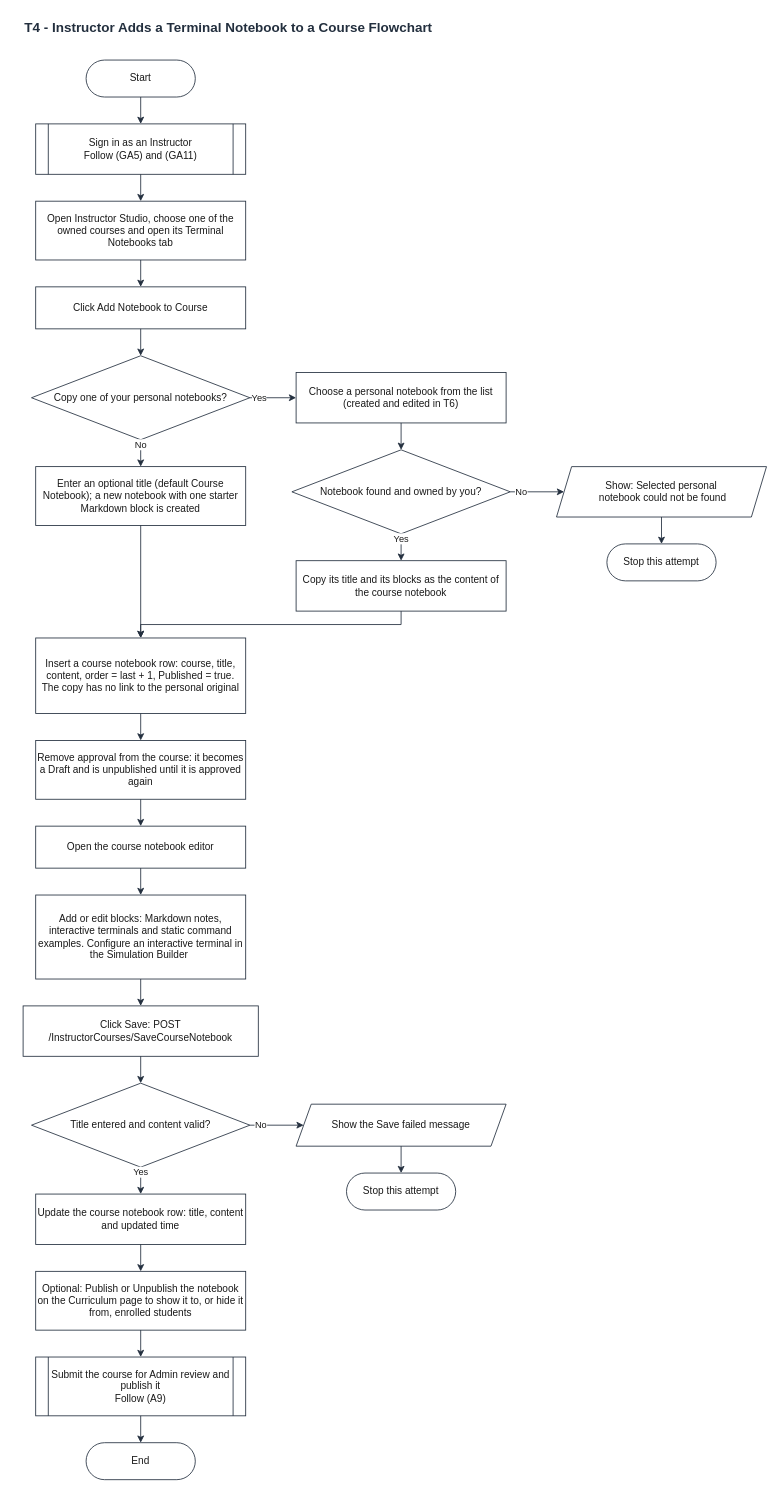
Above: UML DIAGRAMS/HackAcad_Terminal_Flowcharts/HackAcad_T4_Instructor_Add_Course_Notebook.drawio in pikaitoh/HackAcad.Web (draw.io), before the change. Source tidied: cells renumbered, new cells numbered last; positions are measured from the earlier drawing's top-left corner, leaving out a move shared by most shapes. Both pictures are drawn from the tidied source at 84%, with x=0, y=0 at pixel (23, 14).
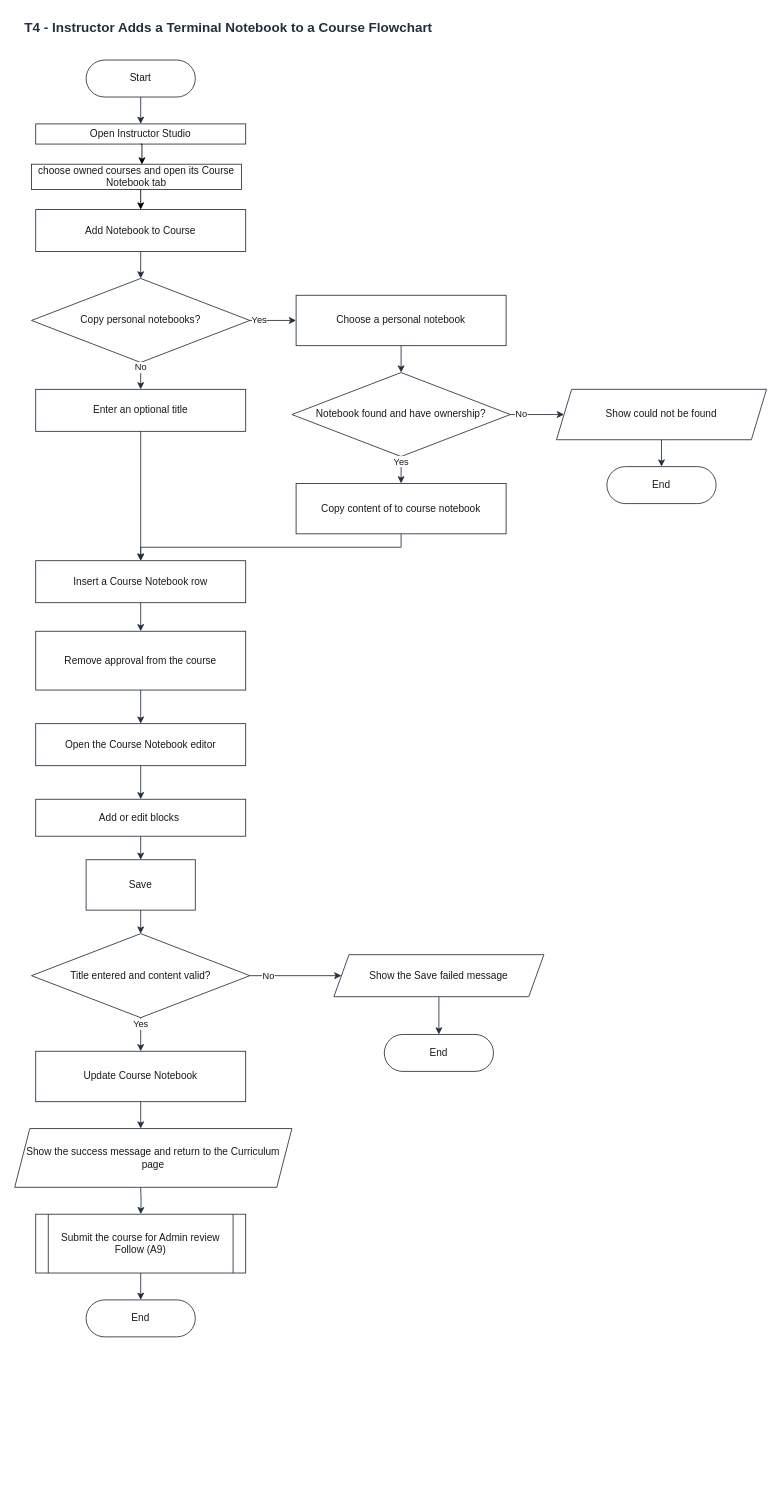
Above is the later version.

Commit message (it also covers changes not shown here):
simplified workflow for terminal module

The change refers to these unchanged cells:
```xml
<mxCell id="3" value="Start" style="rounded=1;arcSize=50;whiteSpace=wrap;html=1;fontFamily=Helvetica;fontSize=12;fontColor=#1A1A1A;strokeColor=#232F3E;fillColor=#FFFFFF;strokeWidth=1;" parent="1" vertex="1">
  <mxGeometry x="75" y="54" width="130" height="44" as="geometry" />
</mxCell>
```

What changed in the source:
```diff
@@
-    <mxCell id="4" value="Sign in as an Instructor&lt;br&gt;Follow (GA5) and (GA11)" style="shape=process;backgroundOutline=1;size=0.06;whiteSpace=wrap;html=1;fontFamily=Helvetica;fontSize=12;fontColor=#1A1A1A;strokeColor=#232F3E;fillColor=#FFFFFF;strokeWidth=1;" parent="1" vertex="1">
-      <mxGeometry x="15" y="130" width="250" height="60" as="geometry" />
-    </mxCell>
-    <mxCell id="5" value="Open Instructor Studio, choose one of the owned courses and open its Terminal Notebooks tab" style="rounded=0;whiteSpace=wrap;html=1;fontFamily=Helvetica;fontSize=12;fontColor=#1A1A1A;strokeColor=#232F3E;fillColor=#FFFFFF;strokeWidth=1;" parent="1" vertex="1">
-      <mxGeometry x="15" y="222" width="250" height="70" as="geometry" />
+    <mxCell id="5" value="Open Instructor Studio" style="rounded=0;whiteSpace=wrap;html=1;fontFamily=Helvetica;fontSize=12;fontColor=#1A1A1A;strokeColor=#232F3E;fillColor=#FFFFFF;strokeWidth=1;" parent="1" vertex="1">
+      <mxGeometry x="15" y="130" width="250" height="24" as="geometry" />
     </mxCell>
-    <mxCell id="6" value="Click Add Notebook to Course" style="rounded=0;whiteSpace=wrap;html=1;fontFamily=Helvetica;fontSize=12;fontColor=#1A1A1A;strokeColor=#232F3E;fillColor=#FFFFFF;strokeWidth=1;" parent="1" vertex="1">
-      <mxGeometry x="15" y="324" width="250" height="50" as="geometry" />
+    <mxCell id="6" value="Add Notebook to Course" style="rounded=0;whiteSpace=wrap;html=1;fontFamily=Helvetica;fontSize=12;fontColor=#1A1A1A;strokeColor=#232F3E;fillColor=#FFFFFF;strokeWidth=1;" parent="1" vertex="1">
+      <mxGeometry x="15" y="232" width="250" height="50" as="geometry" />
     </mxCell>
-    <mxCell id="7" value="Copy one of your personal notebooks?" style="rhombus;whiteSpace=wrap;html=1;fontFamily=Helvetica;fontSize=12;fontColor=#1A1A1A;strokeColor=#232F3E;fillColor=#FFFFFF;strokeWidth=1;" parent="1" vertex="1">
-      <mxGeometry x="10" y="406" width="260" height="100" as="geometry" />
+    <mxCell id="7" value="Copy personal notebooks?" style="rhombus;whiteSpace=wrap;html=1;fontFamily=Helvetica;fontSize=12;fontColor=#1A1A1A;strokeColor=#232F3E;fillColor=#FFFFFF;strokeWidth=1;" parent="1" vertex="1">
+      <mxGeometry x="10" y="314" width="260" height="100" as="geometry" />
     </mxCell>
-    <mxCell id="8" value="Choose a personal notebook from the list (created and edited in T6)" style="rounded=0;whiteSpace=wrap;html=1;fontFamily=Helvetica;fontSize=12;fontColor=#1A1A1A;strokeColor=#232F3E;fillColor=#FFFFFF;strokeWidth=1;" parent="1" vertex="1">
-      <mxGeometry x="325" y="426" width="250" height="60" as="geometry" />
+    <mxCell id="8" value="Choose a personal notebook" style="rounded=0;whiteSpace=wrap;html=1;fontFamily=Helvetica;fontSize=12;fontColor=#1A1A1A;strokeColor=#232F3E;fillColor=#FFFFFF;strokeWidth=1;" parent="1" vertex="1">
+      <mxGeometry x="325" y="334" width="250" height="60" as="geometry" />
     </mxCell>
-    <mxCell id="9" value="Notebook found and owned by you?" style="rhombus;whiteSpace=wrap;html=1;fontFamily=Helvetica;fontSize=12;fontColor=#1A1A1A;strokeColor=#232F3E;fillColor=#FFFFFF;strokeWidth=1;" parent="1" vertex="1">
-      <mxGeometry x="320" y="518" width="260" height="100" as="geometry" />
+    <mxCell id="9" value="Notebook found and have ownership?" style="rhombus;whiteSpace=wrap;html=1;fontFamily=Helvetica;fontSize=12;fontColor=#1A1A1A;strokeColor=#232F3E;fillColor=#FFFFFF;strokeWidth=1;" parent="1" vertex="1">
+      <mxGeometry x="320" y="426" width="260" height="100" as="geometry" />
     </mxCell>
-    <mxCell id="10" value="&lt;div&gt;Show: Selected personal&lt;/div&gt;&lt;div&gt;&amp;nbsp;notebook could not be found&lt;/div&gt;" style="shape=parallelogram;perimeter=parallelogramPerimeter;fixedSize=1;size=18;whiteSpace=wrap;html=1;fontFamily=Helvetica;fontSize=12;fontColor=#1A1A1A;strokeColor=#232F3E;fillColor=#FFFFFF;strokeWidth=1;" parent="1" vertex="1">
-      <mxGeometry x="635" y="538" width="250" height="60" as="geometry" />
+    <mxCell id="10" value="&lt;div&gt;Show could not be found&lt;/div&gt;" style="shape=parallelogram;perimeter=parallelogramPerimeter;fixedSize=1;size=18;whiteSpace=wrap;html=1;fontFamily=Helvetica;fontSize=12;fontColor=#1A1A1A;strokeColor=#232F3E;fillColor=#FFFFFF;strokeWidth=1;" parent="1" vertex="1">
+      <mxGeometry x="635" y="446" width="250" height="60" as="geometry" />
     </mxCell>
-    <mxCell id="11" value="Stop this attempt" style="rounded=1;arcSize=50;whiteSpace=wrap;html=1;fontFamily=Helvetica;fontSize=12;fontColor=#1A1A1A;strokeColor=#232F3E;fillColor=#FFFFFF;strokeWidth=1;" parent="1" vertex="1">
-      <mxGeometry x="695" y="630" width="130" height="44" as="geometry" />
+    <mxCell id="11" value="End" style="rounded=1;arcSize=50;whiteSpace=wrap;html=1;fontFamily=Helvetica;fontSize=12;fontColor=#1A1A1A;strokeColor=#232F3E;fillColor=#FFFFFF;strokeWidth=1;" parent="1" vertex="1">
+      <mxGeometry x="695" y="538" width="130" height="44" as="geometry" />
     </mxCell>
-    <mxCell id="12" value="Copy its title and its blocks as the content of the course notebook" style="rounded=0;whiteSpace=wrap;html=1;fontFamily=Helvetica;fontSize=12;fontColor=#1A1A1A;strokeColor=#232F3E;fillColor=#FFFFFF;strokeWidth=1;" parent="1" vertex="1">
-      <mxGeometry x="325" y="650" width="250" height="60" as="geometry" />
+    <mxCell id="12" value="Copy content of to course notebook" style="rounded=0;whiteSpace=wrap;html=1;fontFamily=Helvetica;fontSize=12;fontColor=#1A1A1A;strokeColor=#232F3E;fillColor=#FFFFFF;strokeWidth=1;" parent="1" vertex="1">
+      <mxGeometry x="325" y="558" width="250" height="60" as="geometry" />
     </mxCell>
-    <mxCell id="13" value="Enter an optional title (default Course Notebook); a new notebook with one starter Markdown block is created" style="rounded=0;whiteSpace=wrap;html=1;fontFamily=Helvetica;fontSize=12;fontColor=#1A1A1A;strokeColor=#232F3E;fillColor=#FFFFFF;strokeWidth=1;" parent="1" vertex="1">
-      <mxGeometry x="15" y="538" width="250" height="70" as="geometry" />
+    <mxCell id="13" value="Enter an optional title" style="rounded=0;whiteSpace=wrap;html=1;fontFamily=Helvetica;fontSize=12;fontColor=#1A1A1A;strokeColor=#232F3E;fillColor=#FFFFFF;strokeWidth=1;" parent="1" vertex="1">
+      <mxGeometry x="15" y="446" width="250" height="50" as="geometry" />
     </mxCell>
-    <mxCell id="14" value="&lt;div&gt;Insert a course notebook row: course, title, content, order = last + 1, Published = true.&lt;/div&gt;&lt;div&gt;The copy has no link to the personal original&lt;/div&gt;" style="rounded=0;whiteSpace=wrap;html=1;fontFamily=Helvetica;fontSize=12;fontColor=#1A1A1A;strokeColor=#232F3E;fillColor=#FFFFFF;strokeWidth=1;" parent="1" vertex="1">
-      <mxGeometry x="15" y="742" width="250" height="90" as="geometry" />
+    <mxCell id="14" value="&lt;div&gt;Insert a Course Notebook row&lt;/div&gt;" style="rounded=0;whiteSpace=wrap;html=1;fontFamily=Helvetica;fontSize=12;fontColor=#1A1A1A;strokeColor=#232F3E;fillColor=#FFFFFF;strokeWidth=1;" parent="1" vertex="1">
+      <mxGeometry x="15" y="650" width="250" height="50" as="geometry" />
     </mxCell>
-    <mxCell id="15" value="Remove approval from the course: it becomes a Draft and is unpublished until it is approved again" style="rounded=0;whiteSpace=wrap;html=1;fontFamily=Helvetica;fontSize=12;fontColor=#1A1A1A;strokeColor=#232F3E;fillColor=#FFFFFF;strokeWidth=1;" parent="1" vertex="1">
-      <mxGeometry x="15" y="864" width="250" height="70" as="geometry" />
+    <mxCell id="15" value="Remove approval from the course" style="rounded=0;whiteSpace=wrap;html=1;fontFamily=Helvetica;fontSize=12;fontColor=#1A1A1A;strokeColor=#232F3E;fillColor=#FFFFFF;strokeWidth=1;" parent="1" vertex="1">
+      <mxGeometry x="15" y="734" width="250" height="70" as="geometry" />
     </mxCell>
-    <mxCell id="16" value="Open the course notebook editor" style="rounded=0;whiteSpace=wrap;html=1;fontFamily=Helvetica;fontSize=12;fontColor=#1A1A1A;strokeColor=#232F3E;fillColor=#FFFFFF;strokeWidth=1;" parent="1" vertex="1">
-      <mxGeometry x="15" y="966" width="250" height="50" as="geometry" />
+    <mxCell id="16" value="Open the Course Notebook editor" style="rounded=0;whiteSpace=wrap;html=1;fontFamily=Helvetica;fontSize=12;fontColor=#1A1A1A;strokeColor=#232F3E;fillColor=#FFFFFF;strokeWidth=1;" parent="1" vertex="1">
+      <mxGeometry x="15" y="844" width="250" height="50" as="geometry" />
     </mxCell>
-    <mxCell id="17" value="Add or edit blocks: Markdown notes, interactive terminals and static command examples. Configure an interactive terminal in the Simulation Builder&amp;nbsp;" style="rounded=0;whiteSpace=wrap;html=1;fontFamily=Helvetica;fontSize=12;fontColor=#1A1A1A;strokeColor=#232F3E;fillColor=#FFFFFF;strokeWidth=1;" parent="1" vertex="1">
-      <mxGeometry x="15" y="1048" width="250" height="100" as="geometry" />
+    <mxCell id="17" value="Add or edit blocks&amp;nbsp;" style="rounded=0;whiteSpace=wrap;html=1;fontFamily=Helvetica;fontSize=12;fontColor=#1A1A1A;strokeColor=#232F3E;fillColor=#FFFFFF;strokeWidth=1;" parent="1" vertex="1">
+      <mxGeometry x="15" y="934" width="250" height="44" as="geometry" />
     </mxCell>
-    <mxCell id="18" value="Click Save: POST /InstructorCourses/SaveCourseNotebook" style="rounded=0;whiteSpace=wrap;html=1;fontFamily=Helvetica;fontSize=12;fontColor=#1A1A1A;strokeColor=#232F3E;fillColor=#FFFFFF;strokeWidth=1;" parent="1" vertex="1">
-      <mxGeometry y="1180" width="280" height="60" as="geometry" />
+    <mxCell id="18" value="Save" style="rounded=0;whiteSpace=wrap;html=1;fontFamily=Helvetica;fontSize=12;fontColor=#1A1A1A;strokeColor=#232F3E;fillColor=#FFFFFF;strokeWidth=1;" parent="1" vertex="1">
+      <mxGeometry x="75" y="1006" width="130" height="60" as="geometry" />
     </mxCell>
     <mxCell id="19" value="Title entered and content valid?" style="rhombus;whiteSpace=wrap;html=1;fontFamily=Helvetica;fontSize=12;fontColor=#1A1A1A;strokeColor=#232F3E;fillColor=#FFFFFF;strokeWidth=1;" parent="1" vertex="1">
-      <mxGeometry x="10" y="1272" width="260" height="100" as="geometry" />
+      <mxGeometry x="10" y="1094" width="260" height="100" as="geometry" />
     </mxCell>
     <mxCell id="20" value="Show the Save failed message" style="shape=parallelogram;perimeter=parallelogramPerimeter;fixedSize=1;size=18;whiteSpace=wrap;html=1;fontFamily=Helvetica;fontSize=12;fontColor=#1A1A1A;strokeColor=#232F3E;fillColor=#FFFFFF;strokeWidth=1;" parent="1" vertex="1">
-      <mxGeometry x="325" y="1297" width="250" height="50" as="geometry" />
+      <mxGeometry x="370" y="1119" width="250" height="50" as="geometry" />
     </mxCell>
-    <mxCell id="21" value="Stop this attempt" style="rounded=1;arcSize=50;whiteSpace=wrap;html=1;fontFamily=Helvetica;fontSize=12;fontColor=#1A1A1A;strokeColor=#232F3E;fillColor=#FFFFFF;strokeWidth=1;" parent="1" vertex="1">
-      <mxGeometry x="385" y="1379" width="130" height="44" as="geometry" />
+    <mxCell id="21" value="End" style="rounded=1;arcSize=50;whiteSpace=wrap;html=1;fontFamily=Helvetica;fontSize=12;fontColor=#1A1A1A;strokeColor=#232F3E;fillColor=#FFFFFF;strokeWidth=1;" parent="1" vertex="1">
+      <mxGeometry x="430" y="1214" width="130" height="44" as="geometry" />
     </mxCell>
-    <mxCell id="22" value="Update the course notebook row: title, content and updated time" style="rounded=0;whiteSpace=wrap;html=1;fontFamily=Helvetica;fontSize=12;fontColor=#1A1A1A;strokeColor=#232F3E;fillColor=#FFFFFF;strokeWidth=1;" parent="1" vertex="1">
-      <mxGeometry x="15" y="1404" width="250" height="60" as="geometry" />
+    <mxCell id="22" value="Update Course Notebook" style="rounded=0;whiteSpace=wrap;html=1;fontFamily=Helvetica;fontSize=12;fontColor=#1A1A1A;strokeColor=#232F3E;fillColor=#FFFFFF;strokeWidth=1;" parent="1" vertex="1">
+      <mxGeometry x="15" y="1234" width="250" height="60" as="geometry" />
     </mxCell>
-    <mxCell id="23" value="Optional: Publish or Unpublish the notebook on the Curriculum page to show it to, or hide it from, enrolled students" style="rounded=0;whiteSpace=wrap;html=1;fontFamily=Helvetica;fontSize=12;fontColor=#1A1A1A;strokeColor=#232F3E;fillColor=#FFFFFF;strokeWidth=1;" parent="1" vertex="1">
-      <mxGeometry x="15" y="1496" width="250" height="70" as="geometry" />
-    </mxCell>
-    <mxCell id="24" value="Submit the course for Admin review and publish it&lt;br&gt;Follow (A9)" style="shape=process;backgroundOutline=1;size=0.06;whiteSpace=wrap;html=1;fontFamily=Helvetica;fontSize=12;fontColor=#1A1A1A;strokeColor=#232F3E;fillColor=#FFFFFF;strokeWidth=1;" parent="1" vertex="1">
-      <mxGeometry x="15" y="1598" width="250" height="70" as="geometry" />
+    <mxCell id="24" value="Submit the course for Admin review&lt;br&gt;Follow (A9)" style="shape=process;backgroundOutline=1;size=0.06;whiteSpace=wrap;html=1;fontFamily=Helvetica;fontSize=12;fontColor=#1A1A1A;strokeColor=#232F3E;fillColor=#FFFFFF;strokeWidth=1;" parent="1" vertex="1">
+      <mxGeometry x="15" y="1428" width="250" height="70" as="geometry" />
     </mxCell>
     <mxCell id="25" value="End" style="rounded=1;arcSize=50;whiteSpace=wrap;html=1;fontFamily=Helvetica;fontSize=12;fontColor=#1A1A1A;strokeColor=#232F3E;fillColor=#FFFFFF;strokeWidth=1;" parent="1" vertex="1">
-      <mxGeometry x="75" y="1700" width="130" height="44" as="geometry" />
+      <mxGeometry x="75" y="1530" width="130" height="44" as="geometry" />
     </mxCell>
-    <mxCell id="26" style="edgeStyle=orthogonalEdgeStyle;rounded=0;html=1;endArrow=classic;endSize=6;fontFamily=Helvetica;fontSize=11;fontColor=#1A1A1A;strokeColor=#232F3E;strokeWidth=1;labelBackgroundColor=#FFFFFF;exitX=0.5;exitY=1;exitDx=0;exitDy=0;entryX=0.5;entryY=0;entryDx=0;entryDy=0;" parent="1" edge="1" source="3" target="4">
-      <mxGeometry relative="1" as="geometry" />
+    <mxCell id="26" style="edgeStyle=orthogonalEdgeStyle;rounded=0;html=1;endArrow=classic;endSize=6;fontFamily=Helvetica;fontSize=11;fontColor=#1A1A1A;strokeColor=#232F3E;strokeWidth=1;labelBackgroundColor=#FFFFFF;exitX=0.5;exitY=1;exitDx=0;exitDy=0;entryX=0.5;entryY=0;entryDx=0;entryDy=0;" parent="1" edge="1" source="3">
+      <mxGeometry relative="1" as="geometry">
+        <mxPoint x="140" y="130" as="targetPoint" />
+      </mxGeometry>
     </mxCell>
-    <mxCell id="27" style="edgeStyle=orthogonalEdgeStyle;rounded=0;html=1;endArrow=classic;endSize=6;fontFamily=Helvetica;fontSize=11;fontColor=#1A1A1A;strokeColor=#232F3E;strokeWidth=1;labelBackgroundColor=#FFFFFF;exitX=0.5;exitY=1;exitDx=0;exitDy=0;entryX=0.5;entryY=0;entryDx=0;entryDy=0;" parent="1" edge="1" source="4" target="5">
-      <mxGeometry relative="1" as="geometry" />
-    </mxCell>
-    <mxCell id="28" style="edgeStyle=orthogonalEdgeStyle;rounded=0;html=1;endArrow=classic;endSize=6;fontFamily=Helvetica;fontSize=11;fontColor=#1A1A1A;strokeColor=#232F3E;strokeWidth=1;labelBackgroundColor=#FFFFFF;exitX=0.5;exitY=1;exitDx=0;exitDy=0;entryX=0.5;entryY=0;entryDx=0;entryDy=0;" parent="1" edge="1" source="5" target="6">
-      <mxGeometry relative="1" as="geometry" />
-    </mxCell>
@@
     <mxCell id="37" style="edgeStyle=orthogonalEdgeStyle;rounded=0;html=1;endArrow=classic;endSize=6;fontFamily=Helvetica;fontSize=11;fontColor=#1A1A1A;strokeColor=#232F3E;strokeWidth=1;labelBackgroundColor=#FFFFFF;exitX=0.5;exitY=1;exitDx=0;exitDy=0;entryX=0.5;entryY=0;entryDx=0;entryDy=0;" parent="1" edge="1" source="12" target="14">
       <mxGeometry relative="1" as="geometry">
         <Array as="points">
-          <mxPoint x="450" y="726" />
-          <mxPoint x="140" y="726" />
+          <mxPoint x="450" y="634" />
+          <mxPoint x="140" y="634" />
         </Array>
       </mxGeometry>
     </mxCell>
@@
-    <mxCell id="46" style="edgeStyle=orthogonalEdgeStyle;rounded=0;html=1;endArrow=classic;endSize=6;fontFamily=Helvetica;fontSize=11;fontColor=#1A1A1A;strokeColor=#232F3E;strokeWidth=1;labelBackgroundColor=#FFFFFF;exitX=0.5;exitY=1;exitDx=0;exitDy=0;entryX=0.5;entryY=0;entryDx=0;entryDy=0;" parent="1" edge="1" source="22" target="23">
-      <mxGeometry relative="1" as="geometry" />
+    <mxCell id="46" style="edgeStyle=orthogonalEdgeStyle;rounded=0;html=1;endArrow=classic;endSize=6;fontFamily=Helvetica;fontSize=11;fontColor=#1A1A1A;strokeColor=#232F3E;strokeWidth=1;labelBackgroundColor=#FFFFFF;exitX=0.5;exitY=1;exitDx=0;exitDy=0;entryX=0.5;entryY=0;entryDx=0;entryDy=0;" parent="1" edge="1" source="22">
+      <mxGeometry relative="1" as="geometry">
+        <mxPoint x="140" y="1326" as="targetPoint" />
+      </mxGeometry>
     </mxCell>
-    <mxCell id="47" style="edgeStyle=orthogonalEdgeStyle;rounded=0;html=1;endArrow=classic;endSize=6;fontFamily=Helvetica;fontSize=11;fontColor=#1A1A1A;strokeColor=#232F3E;strokeWidth=1;labelBackgroundColor=#FFFFFF;exitX=0.5;exitY=1;exitDx=0;exitDy=0;entryX=0.5;entryY=0;entryDx=0;entryDy=0;" parent="1" edge="1" source="23" target="24">
-      <mxGeometry relative="1" as="geometry" />
+    <mxCell id="47" style="edgeStyle=orthogonalEdgeStyle;rounded=0;html=1;endArrow=classic;endSize=6;fontFamily=Helvetica;fontSize=11;fontColor=#1A1A1A;strokeColor=#232F3E;strokeWidth=1;labelBackgroundColor=#FFFFFF;exitX=0.5;exitY=1;exitDx=0;exitDy=0;entryX=0.5;entryY=0;entryDx=0;entryDy=0;" parent="1" edge="1" target="24">
+      <mxGeometry relative="1" as="geometry">
+        <mxPoint x="140" y="1396" as="sourcePoint" />
+      </mxGeometry>
     </mxCell>
@@
+    <mxCell id="49" style="edgeStyle=orthogonalEdgeStyle;rounded=0;jettySize=auto;html=1;exitX=0.5;exitY=1;exitDx=0;exitDy=0;entryX=0.5;entryY=0;entryDx=0;entryDy=0;defaultLabelBackgroundColor=page;" parent="1" edge="1" source="50" target="6">
+      <mxGeometry relative="1" as="geometry" />
+    </mxCell>
+    <mxCell id="50" value="choose owned courses and open its Course Notebook tab" style="rounded=0;whiteSpace=wrap;html=1;fontFamily=Helvetica;fontSize=12;fontColor=#1A1A1A;strokeColor=#232F3E;fillColor=#FFFFFF;strokeWidth=1;" parent="1" vertex="1">
+      <mxGeometry x="10" y="178" width="250" height="30" as="geometry" />
+    </mxCell>
+    <mxCell id="51" style="edgeStyle=orthogonalEdgeStyle;rounded=0;jettySize=auto;html=1;exitX=0.5;exitY=1;exitDx=0;exitDy=0;entryX=0.526;entryY=0.011;entryDx=0;entryDy=0;entryPerimeter=0;defaultLabelBackgroundColor=page;" parent="1" edge="1" source="5" target="50">
+      <mxGeometry relative="1" as="geometry" />
+    </mxCell>
+    <mxCell id="52" value="Show the success message and return to the Curriculum page" style="shape=parallelogram;perimeter=parallelogramPerimeter;fixedSize=1;size=18;whiteSpace=wrap;html=1;fontFamily=Helvetica;fontSize=12;fontColor=#1A1A1A;strokeColor=#232F3E;fillColor=#FFFFFF;strokeWidth=1;" parent="1" vertex="1">
+      <mxGeometry x="-10" y="1326" width="330" height="70" as="geometry" />
+    </mxCell>
```
